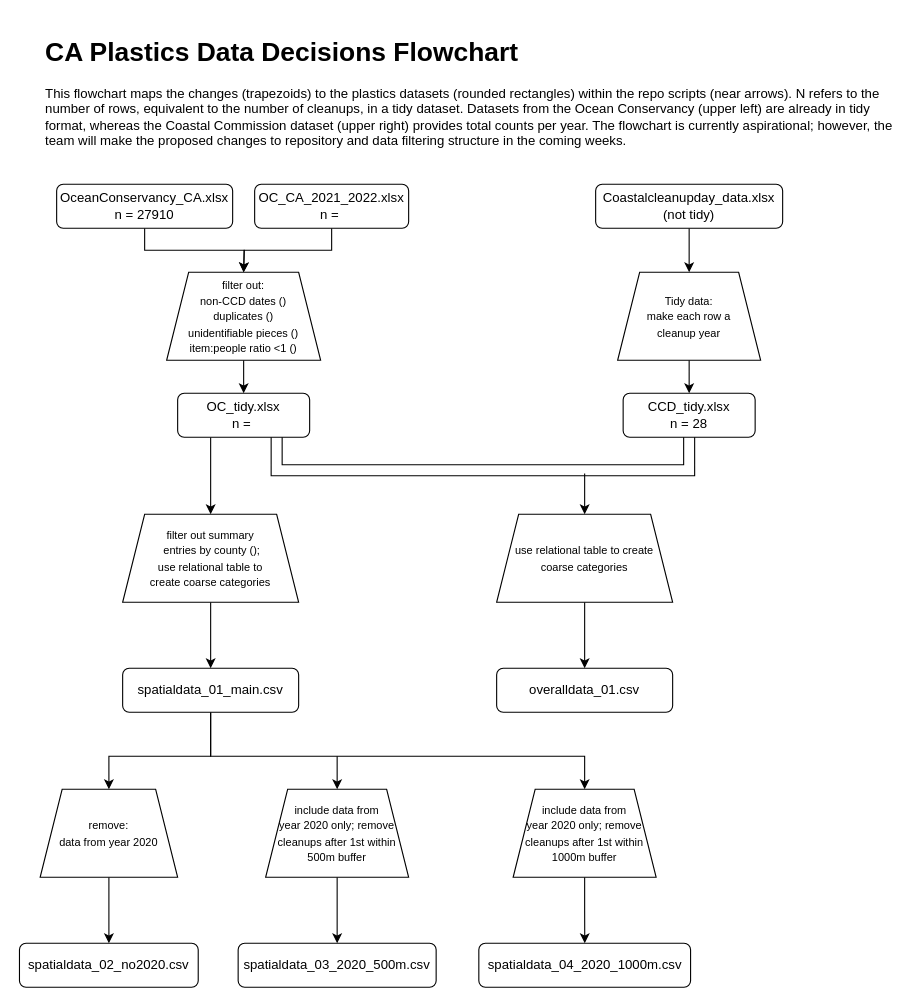
cclatterbuck/CAplastics keeps this draw.io diagram as figures/Untitled Diagram.drawio. Above is the earlier version. Source tidied: cells renumbered, new cells numbered last; positions are measured from the earlier drawing's top-left corner, leaving out a move shared by most shapes. Both pictures are drawn from the tidied source at 110%, with x=0, y=0 at pixel (19, 30).
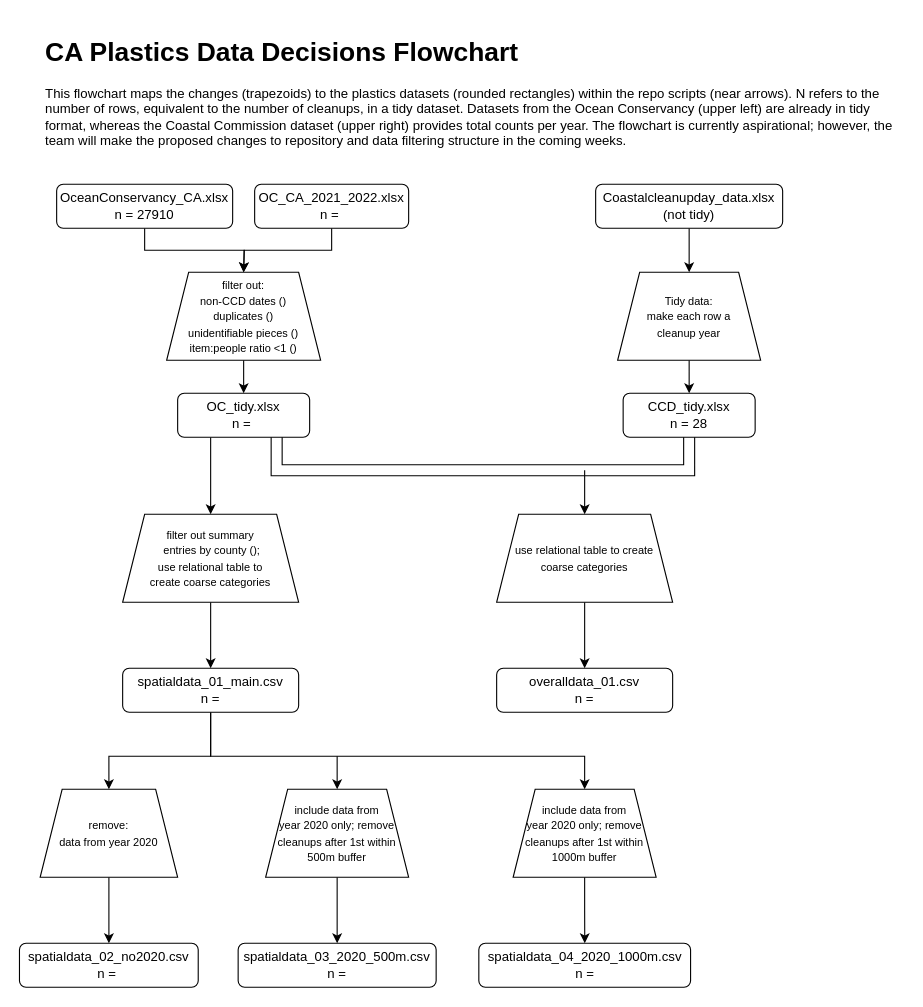
The same page after the edit.

Unchanged cells that the change refers to:
```xml
<mxCell id="3" value="&lt;font style=&quot;font-size: 10px;&quot;&gt;use relational table to create coarse categories&lt;/font&gt;" style="shape=trapezoid;perimeter=trapezoidPerimeter;whiteSpace=wrap;html=1;fixedSize=1;" parent="1" vertex="1">
  <mxGeometry x="434" y="440" width="160" height="80" as="geometry" />
</mxCell>
<mxCell id="11" value="OC_tidy.xlsx&lt;br&gt;n =&amp;nbsp;" style="rounded=1;whiteSpace=wrap;html=1;" parent="1" vertex="1">
  <mxGeometry x="144" y="330" width="120" height="40" as="geometry" />
</mxCell>
<mxCell id="16" value="CCD_tidy.xlsx&lt;br&gt;n = 28" style="rounded=1;whiteSpace=wrap;html=1;" parent="1" vertex="1">
  <mxGeometry x="549" y="330" width="120" height="40" as="geometry" />
</mxCell>
```

Change to the diagram source:
```diff
@@
     <mxCell id="17" style="shape=link;html=1;rounded=0;entryX=0.5;entryY=1;entryDx=0;entryDy=0;exitX=0.75;exitY=1;exitDx=0;exitDy=0;width=-10;" parent="1" edge="1" source="11" target="16">
       <mxGeometry relative="1" as="geometry">
         <Array as="points">
           <mxPoint x="234" y="400" />
-          <mxPoint x="404" y="400" />
+          <mxPoint x="424" y="400" />
           <mxPoint x="609" y="400" />
         </Array>
       </mxGeometry>
     </mxCell>
-    <mxCell id="18" style="endArrow=classic;html=1;rounded=0;" parent="1" edge="1">
-      <mxGeometry relative="1" as="geometry">
-        <mxPoint x="514" y="403" as="sourcePoint" />
-        <mxPoint x="514" y="440" as="targetPoint" />
-      </mxGeometry>
-    </mxCell>
@@
-    <mxCell id="23" value="spatialdata_01_main.csv" style="rounded=1;whiteSpace=wrap;html=1;fontSize=12;glass=0;strokeWidth=1;shadow=0;" parent="1" vertex="1">
+    <mxCell id="23" value="spatialdata_01_main.csv&lt;br&gt;n =" style="rounded=1;whiteSpace=wrap;html=1;fontSize=12;glass=0;strokeWidth=1;shadow=0;" parent="1" vertex="1">
       <mxGeometry x="94" y="580" width="160" height="40" as="geometry" />
     </mxCell>
-    <mxCell id="24" value="overalldata_01.csv" style="rounded=1;whiteSpace=wrap;html=1;fontSize=12;glass=0;strokeWidth=1;shadow=0;" parent="1" vertex="1">
+    <mxCell id="24" value="overalldata_01.csv&lt;br&gt;n =" style="rounded=1;whiteSpace=wrap;html=1;fontSize=12;glass=0;strokeWidth=1;shadow=0;" parent="1" vertex="1">
       <mxGeometry x="434" y="580" width="160" height="40" as="geometry" />
     </mxCell>
@@
-    <mxCell id="28" value="spatialdata_02_no2020.csv" style="rounded=1;whiteSpace=wrap;html=1;" parent="1" vertex="1">
+    <mxCell id="28" value="spatialdata_02_no2020.csv&lt;br&gt;n =&amp;nbsp;" style="rounded=1;whiteSpace=wrap;html=1;" parent="1" vertex="1">
       <mxGeometry x="0.2" y="830" width="162.5" height="40" as="geometry" />
     </mxCell>
@@
-    <mxCell id="33" value="spatialdata_03_2020_500m.csv" style="rounded=1;whiteSpace=wrap;html=1;" parent="1" vertex="1">
+    <mxCell id="33" value="spatialdata_03_2020_500m.csv&lt;br&gt;n =" style="rounded=1;whiteSpace=wrap;html=1;" parent="1" vertex="1">
       <mxGeometry x="199" y="830" width="180" height="40" as="geometry" />
     </mxCell>
-    <mxCell id="34" value="spatialdata_04_2020_1000m.csv" style="rounded=1;whiteSpace=wrap;html=1;" parent="1" vertex="1">
+    <mxCell id="34" value="spatialdata_04_2020_1000m.csv&lt;br&gt;n =" style="rounded=1;whiteSpace=wrap;html=1;" parent="1" vertex="1">
       <mxGeometry x="417.8" y="830" width="192.5" height="40" as="geometry" />
     </mxCell>
@@
+    <mxCell id="36" style="endArrow=classic;html=1;rounded=0;entryX=0.5;entryY=0;entryDx=0;entryDy=0;" parent="1" edge="1" target="3">
+      <mxGeometry relative="1" as="geometry">
+        <mxPoint x="514" y="400" as="sourcePoint" />
+      </mxGeometry>
+    </mxCell>
```
